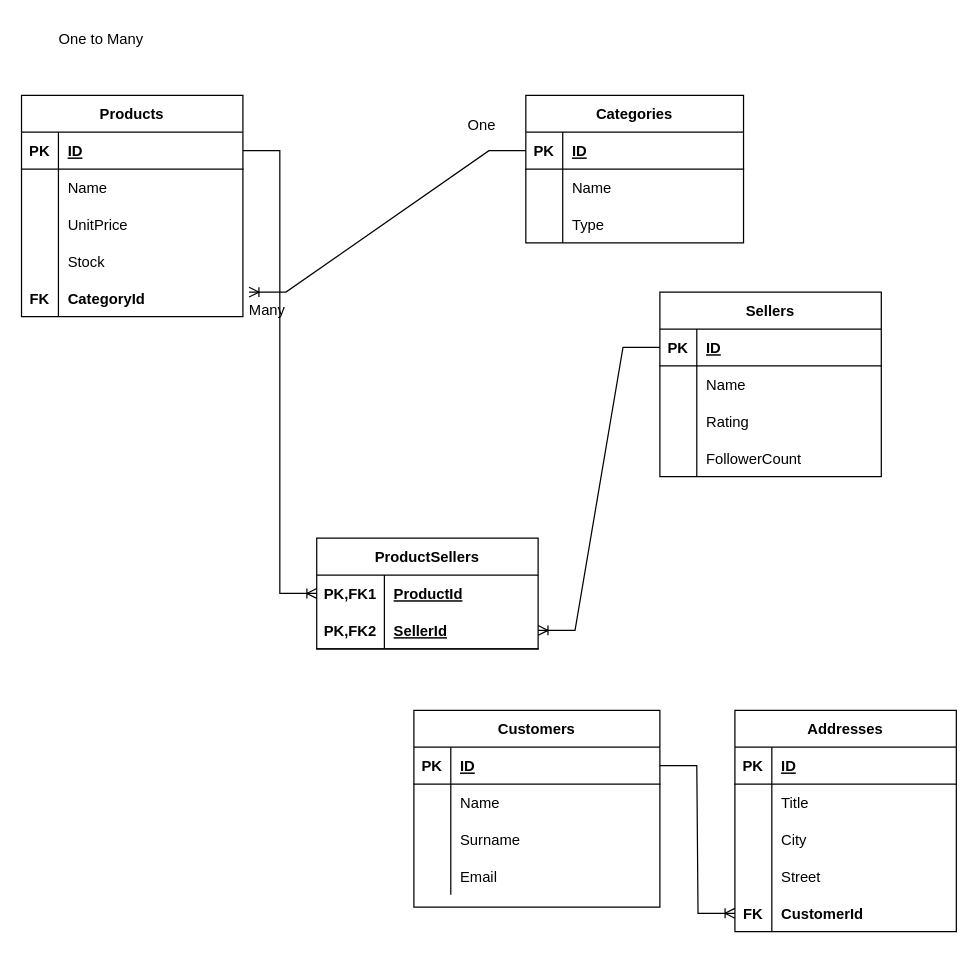
This is Untitled Diagram.drawio from SecilDURMUS/main.akademiodev, a draw.io file, before an edit. Source tidied: cells renumbered, new cells numbered last; positions are measured from the earlier drawing's top-left corner, leaving out a move shared by most shapes. Both pictures are drawn from the tidied source at 123%, with x=0, y=0 at pixel (21, 21).
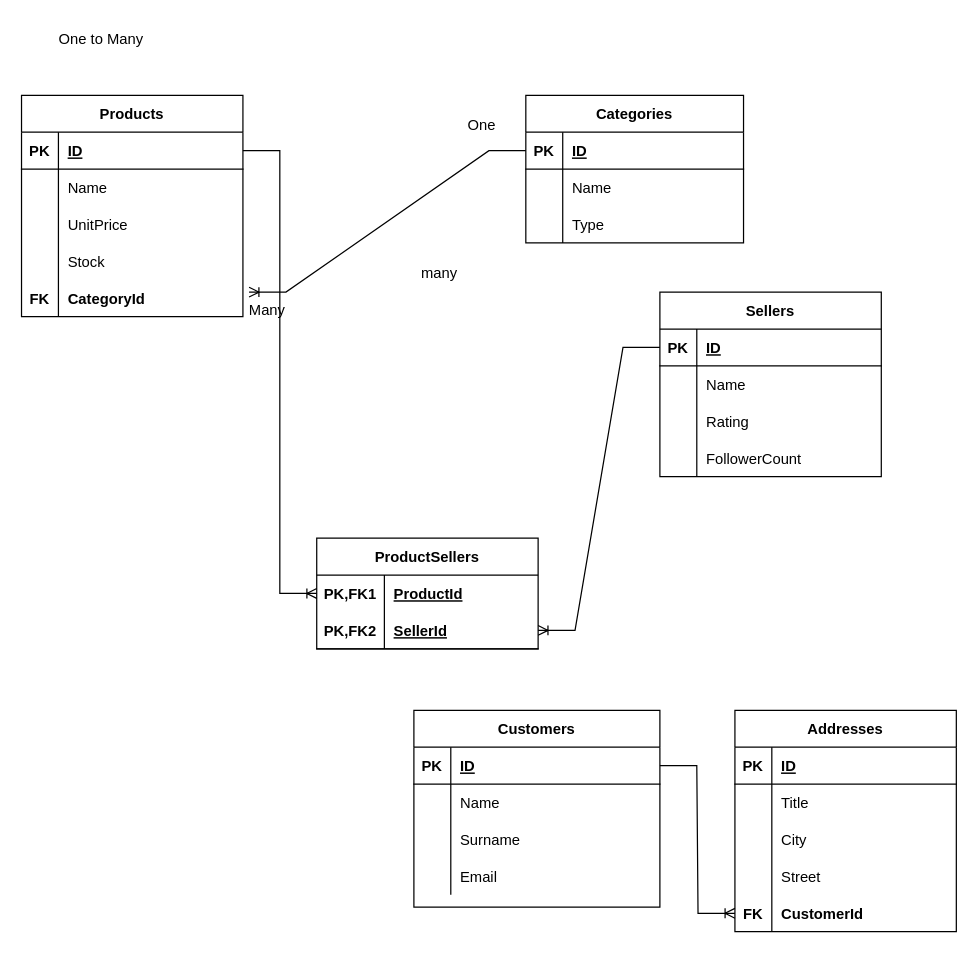
Above is the later version.

Diff of the diagram source:
```diff
@@
+    <mxCell id="84" value="many" style="text;html=1;strokeColor=none;fillColor=none;align=center;verticalAlign=middle;whiteSpace=wrap;rounded=0;" parent="1" vertex="1">
+      <mxGeometry x="310" y="190" width="60" height="30" as="geometry" />
+    </mxCell>
```
